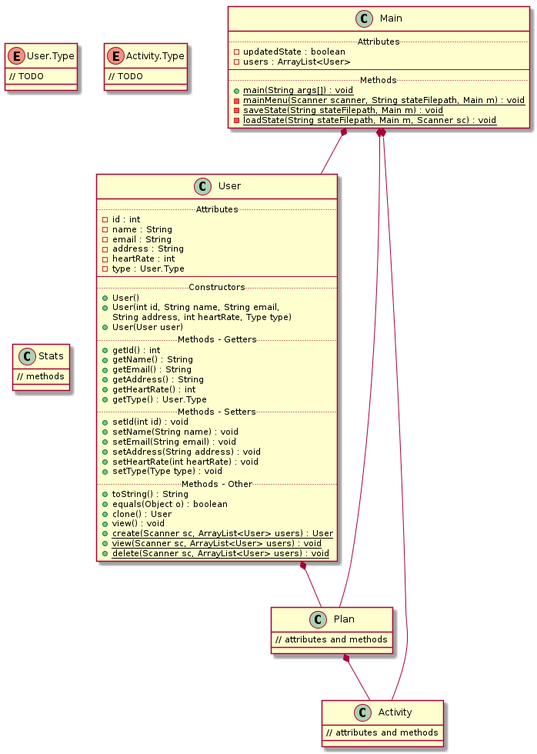
Above: diagram/diagram.png in flaviaraujo/project-OOP (PlantUML), before the change. Its source is kept beside it as diagram/diagram.puml.
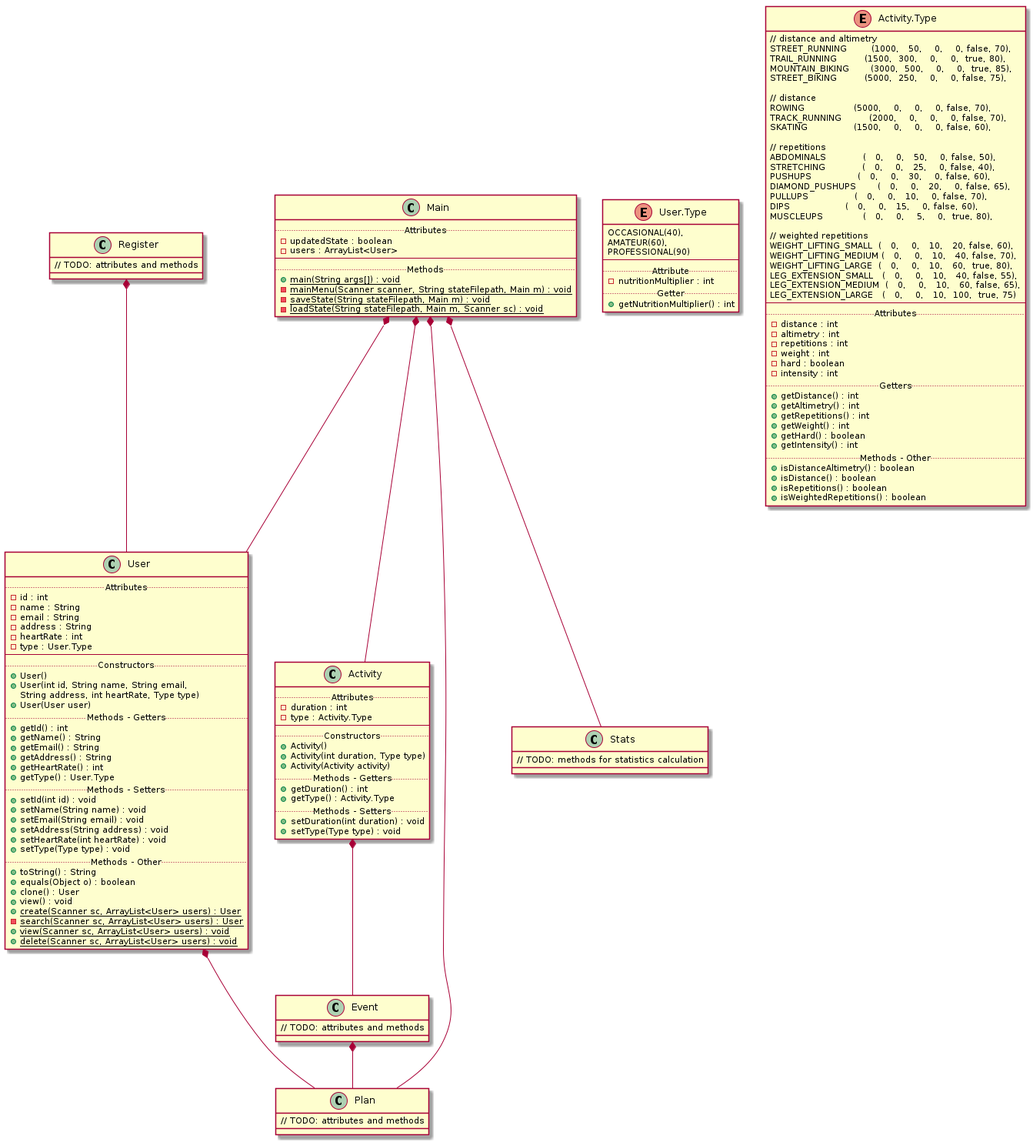
After the commit.

Diff of the diagram source:
```diff
@@ -40,23 +40,97 @@
 }
 
 enum User.Type {
-    // TODO
+    OCCASIONAL(40),
+    AMATEUR(60),
+    PROFESSIONAL(90)
+    --
+    .. Attribute ..
+    -nutritionMultiplier : int
+    .. Getter ..
+    +getNutritionMultiplier() : int
+}
+
+class Register {
+    // TODO: attributes and methods
 }
 
 class Activity {
-    // attributes and methods
+    .. Attributes ..
+    -duration : int
+    -type : Activity.Type
+    --
+    .. Constructors ..
+    +Activity()
+    +Activity(int duration, Type type)
+    +Activity(Activity activity)
+    .. Methods - Getters ..
+    +getDuration() : int
+    +getType() : Activity.Type
+    .. Methods - Setters ..
+    +setDuration(int duration) : void
+    +setType(Type type) : void
 }
 
 enum Activity.Type {
-    // TODO
+    // distance and altimetry
+    STREET_RUNNING        (1000,   50,    0,    0, false, 70),
+    TRAIL_RUNNING         (1500,  300,    0,    0,  true, 80),
+    MOUNTAIN_BIKING       (3000,  500,    0,    0,  true, 85),
+    STREET_BIKING         (5000,  250,    0,    0, false, 75),
+
+    // distance
+    ROWING                (5000,    0,    0,    0, false, 70),
+    TRACK_RUNNING         (2000,    0,    0,    0, false, 70),
+    SKATING               (1500,    0,    0,    0, false, 60),
+
+    // repetitions
+    ABDOMINALS            (   0,    0,   50,    0, false, 50),
+    STRETCHING            (   0,    0,   25,    0, false, 40),
+    PUSHUPS               (   0,    0,   30,    0, false, 60),
+    DIAMOND_PUSHUPS       (   0,    0,   20,    0, false, 65),
+    PULLUPS               (   0,    0,   10,    0, false, 70),
+    DIPS                  (   0,    0,   15,    0, false, 60),
+    MUSCLEUPS             (   0,    0,    5,    0,  true, 80),
+
+    // weighted repetitions
+    WEIGHT_LIFTING_SMALL  (   0,    0,   10,   20, false, 60),
+    WEIGHT_LIFTING_MEDIUM (   0,    0,   10,   40, false, 70),
+    WEIGHT_LIFTING_LARGE  (   0,    0,   10,   60,  true, 80),
+    LEG_EXTENSION_SMALL   (   0,    0,   10,   40, false, 55),
+    LEG_EXTENSION_MEDIUM  (   0,    0,   10,   60, false, 65),
+    LEG_EXTENSION_LARGE   (   0,    0,   10,  100,  true, 75)
+    --
+    .. Attributes ..
+    -distance : int
+    -altimetry : int
+    -repetitions : int
+    -weight : int
+    -hard : boolean
+    -intensity : int
+    .. Getters ..
+    +getDistance() : int
+    +getAltimetry() : int
+    +getRepetitions() : int
+    +getWeight() : int
+    +getHard() : boolean
+    +getIntensity() : int
+    .. Methods - Other ..
+    +isDistanceAltimetry() : boolean
+    +isDistance() : boolean
+    +isRepetitions() : boolean
+    +isWeightedRepetitions() : boolean
 }
 
 class Plan {
-    // attributes and methods
+    // TODO: attributes and methods
+}
+
+class Event {
+    // TODO: attributes and methods
 }
 
 class Stats {
-    // methods
+    // TODO: methods for statistics calculation
 }
 
 class Main {
@@ -71,10 +145,13 @@
     -{static} loadState(String stateFilepath, Main m, Scanner sc) : void
 }
 
+Register *-- User
 User *-- Plan
-Plan *-- Activity
+Event *-- Plan
+Activity *-- Event
 Main *-- User
 Main *-- Activity
 Main *-- Plan
+Main *-- Stats
 
 @enduml
```
